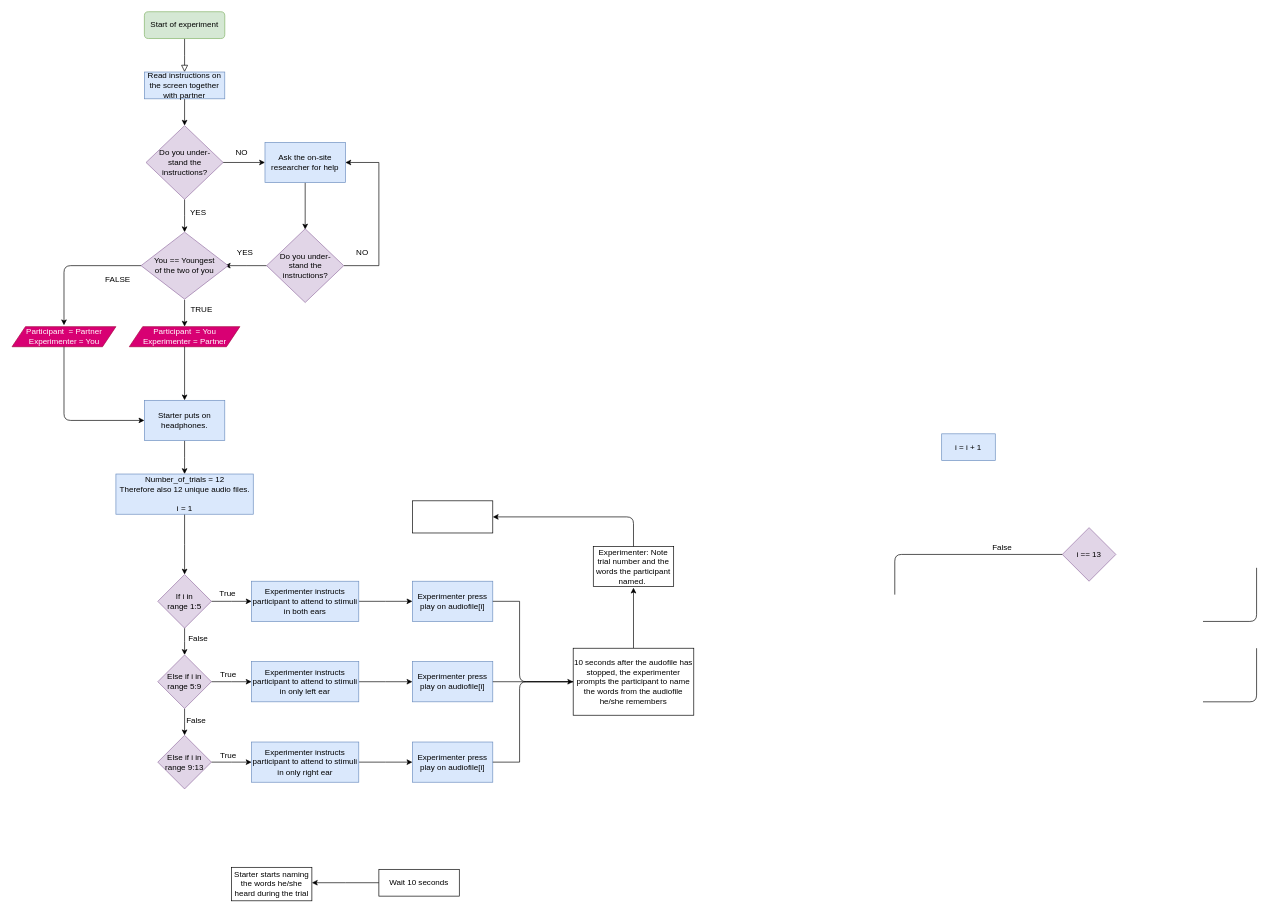
mortgad/ProgrammingForHumanities keeps this draw.io diagram as P1_PFH.drawio. Above is the earlier version. Source tidied: cells renumbered, new cells numbered last; positions are measured from the earlier drawing's top-left corner, leaving out a move shared by most shapes. Both pictures are drawn from the tidied source at 67%, with x=0, y=0 at pixel (11, 11).
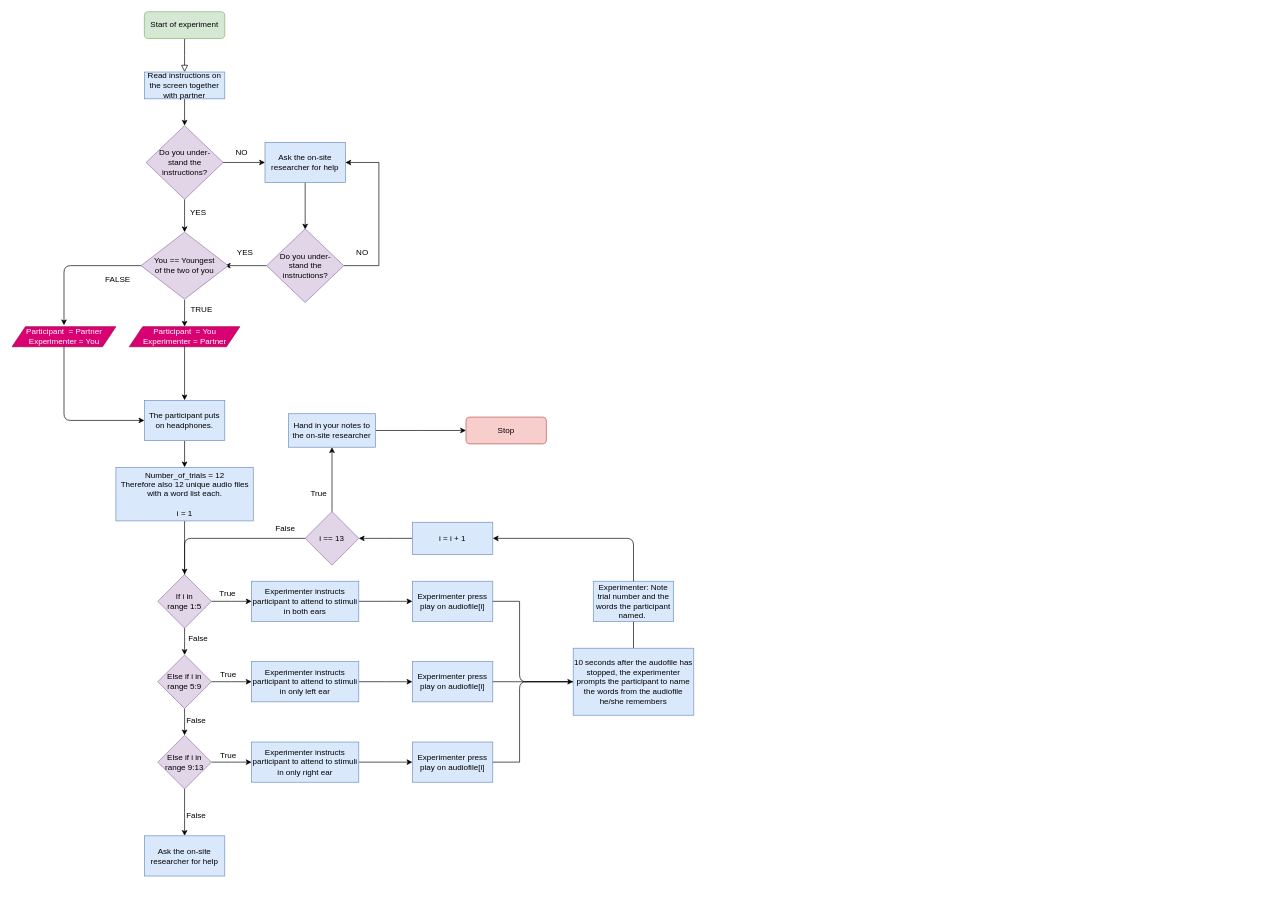
The same page after the edit.

The change refers to these unchanged cells:
```xml
<mxCell id="36" value="If i in &lt;br&gt;range 1:5" style="rhombus;whiteSpace=wrap;html=1;rounded=0;strokeColor=#9673a6;fillColor=#e1d5e7;" parent="1" vertex="1">
  <mxGeometry x="218" y="840" width="80" height="80" as="geometry" />
</mxCell>
<mxCell id="41" value="Else if i in range 9:13" style="rhombus;whiteSpace=wrap;html=1;rounded=0;strokeColor=#9673a6;fillColor=#e1d5e7;" parent="1" vertex="1">
  <mxGeometry x="218" y="1080" width="80" height="80" as="geometry" />
</mxCell>
```

What changed in the source:
```diff
@@
-    <mxCell id="28" value="Starter puts on headphones." style="rounded=0;whiteSpace=wrap;html=1;fillColor=#dae8fc;strokeColor=#6c8ebf;" parent="1" vertex="1">
+    <mxCell id="28" value="The participant puts on headphones." style="rounded=0;whiteSpace=wrap;html=1;fillColor=#dae8fc;strokeColor=#6c8ebf;" parent="1" vertex="1">
       <mxGeometry x="198" y="580" width="120" height="60" as="geometry" />
     </mxCell>
@@
-    <mxCell id="30" value="Number_of_trials = 12&lt;br&gt;Therefore also 12 unique audio files.&lt;br&gt;&lt;br&gt;i = 1" style="whiteSpace=wrap;html=1;rounded=0;strokeColor=#6c8ebf;fillColor=#dae8fc;" parent="1" vertex="1">
-      <mxGeometry x="155.5" y="690" width="205" height="60" as="geometry" />
+    <mxCell id="30" value="Number_of_trials = 12&lt;br&gt;Therefore also 12 unique audio files with a word list each.&lt;br&gt;&lt;br&gt;i = 1" style="whiteSpace=wrap;html=1;rounded=0;strokeColor=#6c8ebf;fillColor=#dae8fc;" parent="1" vertex="1">
+      <mxGeometry x="155.5" y="680" width="205" height="80" as="geometry" />
     </mxCell>
-    <mxCell id="31" style="edgeStyle=elbowEdgeStyle;rounded=0;jumpStyle=none;jettySize=auto;html=1;" parent="1" edge="1" source="32">
-      <mxGeometry relative="1" as="geometry">
-        <mxPoint x="448" y="1300" as="targetPoint" />
-      </mxGeometry>
-    </mxCell>
-    <mxCell id="32" value="Wait 10 seconds" style="rounded=0;whiteSpace=wrap;html=1;" parent="1" vertex="1">
-      <mxGeometry x="548" y="1280" width="120" height="40" as="geometry" />
-    </mxCell>
-    <mxCell id="33" value="Starter starts naming the words he/she heard during the trial" style="rounded=0;whiteSpace=wrap;html=1;" parent="1" vertex="1">
-      <mxGeometry x="328" y="1277" width="120" height="50" as="geometry" />
-    </mxCell>
@@
+    <mxCell id="72" style="edgeStyle=elbowEdgeStyle;rounded=0;jumpStyle=none;jettySize=auto;html=1;" parent="1" edge="1" source="41" target="79">
+      <mxGeometry relative="1" as="geometry" />
+    </mxCell>
@@
-    <mxCell id="56" value="i = i + 1" style="rounded=0;whiteSpace=wrap;html=1;fillColor=#dae8fc;strokeColor=#6c8ebf;" parent="1" vertex="1">
-      <mxGeometry x="1388" y="630" width="80" height="40" as="geometry" />
-    </mxCell>
-    <mxCell id="57" value="i == 13" style="rhombus;whiteSpace=wrap;html=1;rounded=0;fillColor=#e1d5e7;strokeColor=#9673a6;" parent="1" vertex="1">
-      <mxGeometry x="1568" y="770" width="80" height="80" as="geometry" />
-    </mxCell>
-    <mxCell id="58" style="endArrow=none;html=1;" parent="1" edge="1">
-      <mxGeometry relative="1" as="geometry">
-        <mxPoint x="1778" y="1030" as="sourcePoint" />
-        <mxPoint x="1858" y="950" as="targetPoint" />
-        <Array as="points">
-          <mxPoint x="1858" y="1030" />
-        </Array>
-      </mxGeometry>
-    </mxCell>
-    <mxCell id="59" style="endArrow=none;html=1;" parent="1" edge="1">
-      <mxGeometry relative="1" as="geometry">
-        <mxPoint x="1778" y="910" as="sourcePoint" />
-        <mxPoint x="1858" y="830" as="targetPoint" />
-        <Array as="points">
-          <mxPoint x="1858" y="910" />
-        </Array>
-      </mxGeometry>
-    </mxCell>
-    <mxCell id="60" style="endArrow=none;html=1;exitX=0.5;exitY=0;exitDx=0;exitDy=0;" parent="1" edge="1">
-      <mxGeometry relative="1" as="geometry">
-        <mxPoint x="1318" y="870" as="sourcePoint" />
-        <mxPoint x="1568" y="810" as="targetPoint" />
-        <Array as="points">
-          <mxPoint x="1318" y="810" />
-        </Array>
-      </mxGeometry>
-    </mxCell>
-    <mxCell id="61" value="False" style="text;html=1;align=center;verticalAlign=middle;" parent="1" vertex="1">
-      <mxGeometry x="1458" y="790" width="40" height="20" as="geometry" />
-    </mxCell>
@@
-    <mxCell id="68" value="10 seconds after the audofile has stopped, the experimenter prompts the participant to name the words from the audiofile he/she remembers" style="rounded=0;whiteSpace=wrap;html=1;" parent="1" vertex="1">
+    <mxCell id="68" value="10 seconds after the audofile has stopped, the experimenter prompts the participant to name the words from the audiofile he/she remembers" style="rounded=0;whiteSpace=wrap;html=1;fillColor=#dae8fc;strokeColor=#6c8ebf;" parent="1" vertex="1">
       <mxGeometry x="838" y="950" width="180" height="100" as="geometry" />
     </mxCell>
-    <mxCell id="69" value="Experimenter: Note trial number and the words the participant named.&amp;nbsp;" style="rounded=0;whiteSpace=wrap;html=1;" parent="1" vertex="1">
-      <mxGeometry x="868" y="798" width="120" height="60" as="geometry" />
+    <mxCell id="69" value="Experimenter: Note trial number and the words the participant named.&amp;nbsp;" style="rounded=0;whiteSpace=wrap;html=1;fillColor=#dae8fc;strokeColor=#6c8ebf;" parent="1" vertex="1">
+      <mxGeometry x="868" y="850" width="120" height="60" as="geometry" />
     </mxCell>
+    <mxCell id="73" style="edgeStyle=elbowEdgeStyle;rounded=0;jumpStyle=none;jettySize=auto;html=1;" parent="1" edge="1" source="70" target="57">
+      <mxGeometry relative="1" as="geometry" />
+    </mxCell>
-    <mxCell id="70" style="whiteSpace=wrap;html=1;rounded=0;" parent="1" vertex="1">
-      <mxGeometry x="598" y="730" width="120" height="48" as="geometry" />
+    <mxCell id="70" value="i = i + 1" style="whiteSpace=wrap;html=1;rounded=0;fillColor=#dae8fc;strokeColor=#6c8ebf;" parent="1" vertex="1">
+      <mxGeometry x="598" y="762" width="120" height="48" as="geometry" />
     </mxCell>
-    <mxCell id="71" style="endArrow=classic;html=1;entryX=1;entryY=0.5;entryDx=0;entryDy=0;" parent="1" edge="1" target="70">
+    <mxCell id="71" style="endArrow=classic;html=1;entryX=1;entryY=0.5;entryDx=0;entryDy=0;exitX=0.5;exitY=0;exitDx=0;exitDy=0;" parent="1" edge="1" source="69" target="70">
       <mxGeometry relative="1" as="geometry">
-        <mxPoint x="928" y="798" as="sourcePoint" />
         <Array as="points">
-          <mxPoint x="928" y="754" />
+          <mxPoint x="928" y="786" />
         </Array>
       </mxGeometry>
     </mxCell>
+    <mxCell id="57" value="i == 13" style="rhombus;whiteSpace=wrap;html=1;rounded=0;fillColor=#e1d5e7;strokeColor=#9673a6;" parent="1" vertex="1">
+      <mxGeometry x="438" y="746" width="80" height="80" as="geometry" />
+    </mxCell>
+    <mxCell id="74" style="endArrow=none;html=1;exitX=0;exitY=0.5;exitDx=0;exitDy=0;entryX=0.5;entryY=0;entryDx=0;entryDy=0;" parent="1" edge="1" source="57" target="36">
+      <mxGeometry relative="1" as="geometry">
+        <Array as="points">
+          <mxPoint x="258" y="786" />
+        </Array>
+      </mxGeometry>
+    </mxCell>
+    <mxCell id="75" value="False" style="text;html=1;align=center;verticalAlign=middle;" parent="1" vertex="1">
+      <mxGeometry x="388" y="762" width="40" height="20" as="geometry" />
+    </mxCell>
+    <mxCell id="76" value="True" style="text;html=1;align=center;verticalAlign=middle;" parent="1" vertex="1">
+      <mxGeometry x="438" y="710" width="40" height="20" as="geometry" />
+    </mxCell>
+    <mxCell id="77" style="endArrow=classic;html=1;exitX=0.5;exitY=0;exitDx=0;exitDy=0;entryX=0.5;entryY=1;entryDx=0;entryDy=0;" parent="1" edge="1" source="57" target="82">
+      <mxGeometry relative="1" as="geometry" />
+    </mxCell>
+    <mxCell id="78" value="Stop" style="rounded=1;whiteSpace=wrap;html=1;fillColor=#f8cecc;strokeColor=#b85450;" parent="1" vertex="1">
+      <mxGeometry x="678" y="605" width="120" height="40" as="geometry" />
+    </mxCell>
+    <mxCell id="79" value="Ask the on-site researcher for help" style="whiteSpace=wrap;html=1;rounded=0;strokeColor=#6c8ebf;fillColor=#dae8fc;" parent="1" vertex="1">
+      <mxGeometry x="198" y="1230" width="120" height="60" as="geometry" />
+    </mxCell>
+    <mxCell id="80" value="False" style="text;html=1;align=center;verticalAlign=middle;" parent="1" vertex="1">
+      <mxGeometry x="255" y="1190" width="40" height="20" as="geometry" />
+    </mxCell>
+    <mxCell id="81" style="edgeStyle=elbowEdgeStyle;rounded=0;jumpStyle=none;jettySize=auto;html=1;" parent="1" edge="1" source="82" target="78">
+      <mxGeometry relative="1" as="geometry" />
+    </mxCell>
+    <mxCell id="82" value="Hand in your notes to the on-site researcher" style="rounded=0;whiteSpace=wrap;html=1;fillColor=#dae8fc;strokeColor=#6c8ebf;" parent="1" vertex="1">
+      <mxGeometry x="413" y="600" width="130" height="50" as="geometry" />
+    </mxCell>
```
